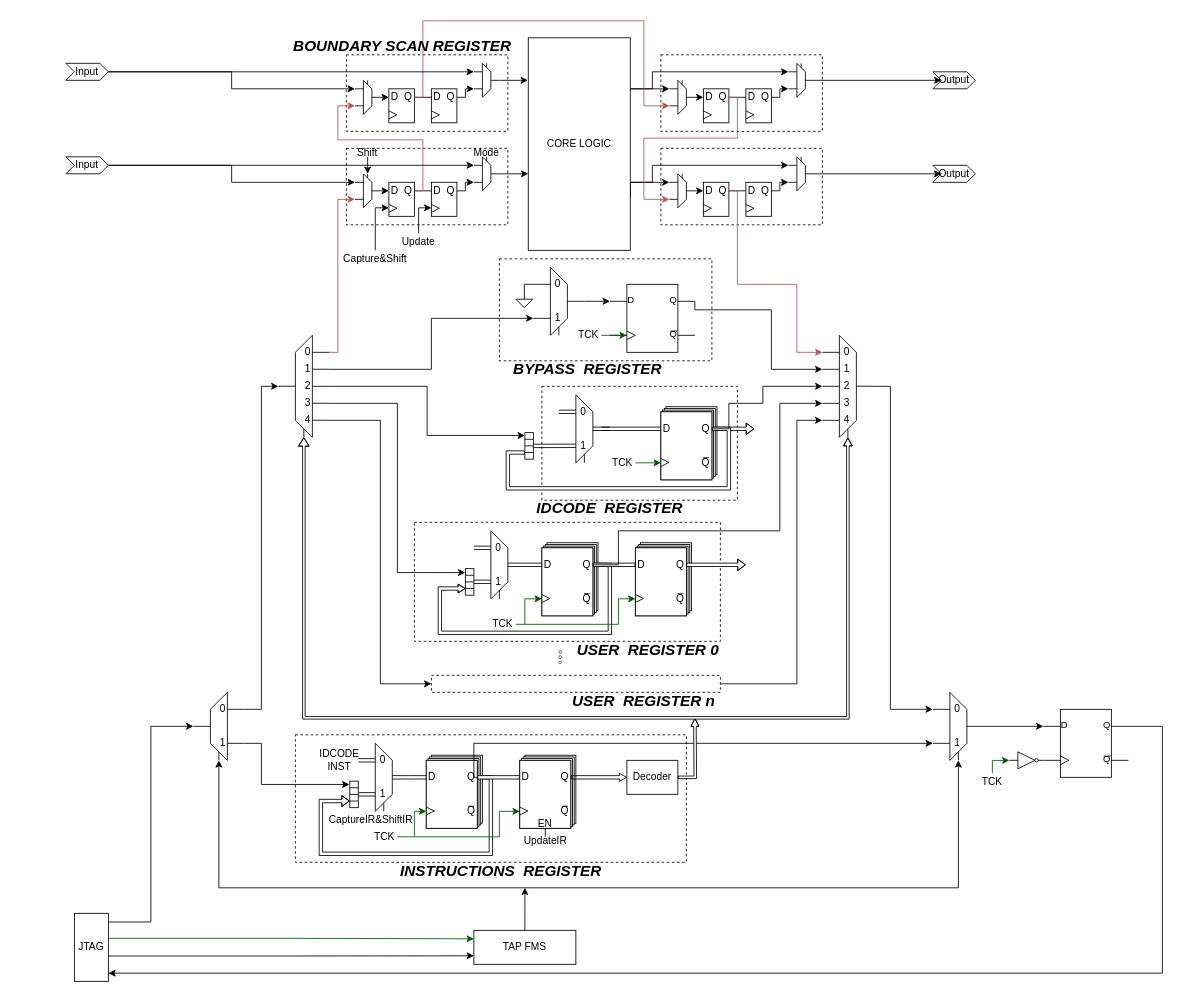
Above: JTAG.drawio in Verdvana/JTAG (draw.io), before the change. Source tidied: cells renumbered, new cells numbered last; positions are measured from the earlier drawing's top-left corner, leaving out a move shared by most shapes. Both pictures are drawn from the tidied source at 85%, with x=0, y=0 at pixel (65, 20).
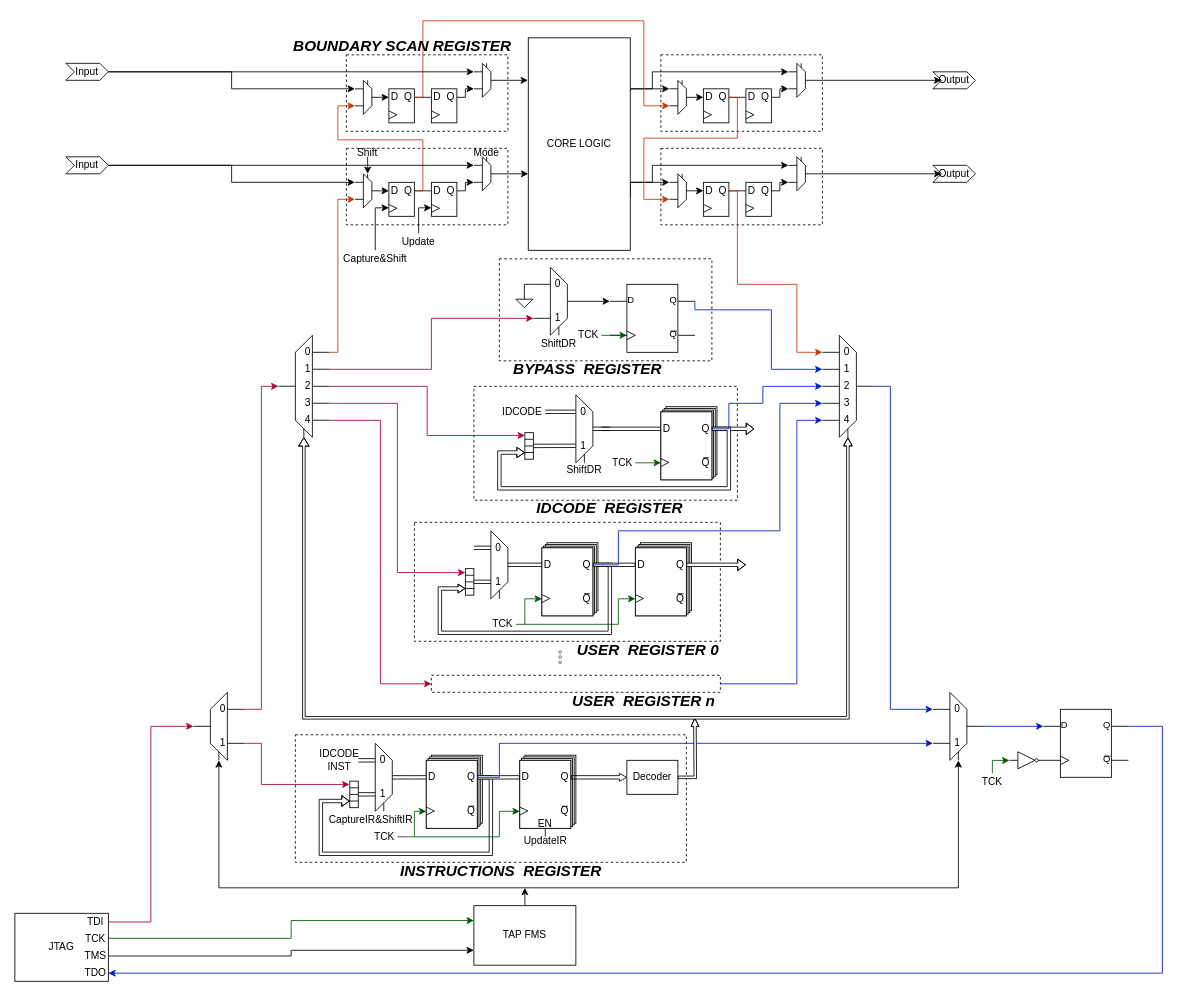
The same page after the edit.

Unchanged cells that the change refers to:
```xml
<mxCell id="7" style="group;" parent="1" vertex="1">
  <mxGeometry x="700" y="454" width="150" height="110" as="geometry" />
</mxCell>
<mxCell id="17" value="Q" style="text;align=center;html=1;verticalAlign=middle;whiteSpace=wrap;rounded=0;" parent="7" vertex="1">
  <mxGeometry x="46" y="20" width="14" height="12" as="geometry" />
</mxCell>
<mxCell id="21" style="group;" parent="7" vertex="1">
  <mxGeometry x="-120" y="-14" width="60" height="80" as="geometry" />
</mxCell>
<mxCell id="34" style="verticalLabelPosition=bottom;shadow=0;dashed=0;align=center;html=1;verticalAlign=top;shape=mxgraph.electrical.logic_gates.d_type_flip-flop;" parent="1" vertex="1">
  <mxGeometry x="640" y="310" width="100" height="80" as="geometry" />
</mxCell>
<mxCell id="35" style="group;" parent="1" vertex="1">
  <mxGeometry x="550" y="290" width="60" height="80" as="geometry" />
</mxCell>
<mxCell id="49" style="whiteSpace=wrap;html=1;rotation=-90;" parent="1" vertex="1">
  <mxGeometry x="529.4" y="495.1" width="31.2" height="10" as="geometry" />
</mxCell>
<mxCell id="63" value="Q" style="text;strokeColor=none;align=center;fillColor=none;html=1;verticalAlign=middle;whiteSpace=wrap;rounded=0;" parent="54" vertex="1">
  <mxGeometry x="46" y="20" width="14" height="12" as="geometry" />
</mxCell>
<mxCell id="78" style="whiteSpace=wrap;html=1;rotation=-90;" parent="1" vertex="1">
  <mxGeometry x="323.4" y="905.1" width="31.2" height="10" as="geometry" />
</mxCell>
<mxCell id="106" value="Q" style="text;strokeColor=none;align=center;fillColor=none;html=1;verticalAlign=middle;whiteSpace=wrap;rounded=0;" parent="97" vertex="1">
  <mxGeometry x="46" y="20" width="14" height="12" as="geometry" />
</mxCell>
<mxCell id="121" style="whiteSpace=wrap;html=1;rotation=-90;" parent="1" vertex="1">
  <mxGeometry x="459.4" y="655.1" width="31.2" height="10" as="geometry" />
</mxCell>
<mxCell id="140" style="rounded=0;whiteSpace=wrap;html=1;fillColor=none;dashed=1;" parent="1" vertex="1">
  <mxGeometry x="430" y="770" width="340" height="20" as="geometry" />
</mxCell>
<mxCell id="151" style="group;" parent="1" vertex="1">
  <mxGeometry x="150" y="790" width="60" height="80" as="geometry" />
</mxCell>
<mxCell id="163" style="group;" parent="1" vertex="1">
  <mxGeometry x="1020" y="790" width="60" height="80" as="geometry" />
</mxCell>
<mxCell id="179" style="group;points=[[0,0.5,0,0,0],[0.5,1,0,0,0],[1,0,0,0,20],[1,0.25,0,0,10],[1,0.5,0,0,0],[1,0.75,0,0,-10],[1,1,0,0,-20]];" parent="1" vertex="1">
  <mxGeometry x="250" y="370" width="60" height="120" as="geometry" />
</mxCell>
<mxCell id="196" style="group;points=[[0,0,0,0,20],[0,0.25,0,0,10],[0,0.5,0,0,0],[0,0.75,0,0,-10],[0,1,0,0,-20],[0.5,1,0,0,0],[1,0.5,0,0,0]];" parent="1" vertex="1">
  <mxGeometry x="890" y="370" width="60" height="120" as="geometry" />
</mxCell>
<mxCell id="218" style="verticalLabelPosition=bottom;shadow=0;dashed=0;align=center;html=1;verticalAlign=top;shape=mxgraph.electrical.logic_gates.d_type_flip-flop;" parent="1" vertex="1">
  <mxGeometry x="1150" y="810" width="100" height="80" as="geometry" />
</mxCell>
<mxCell id="235" value="Q" style="text;strokeColor=none;align=center;fillColor=none;html=1;verticalAlign=middle;whiteSpace=wrap;rounded=0;" parent="230" vertex="1">
  <mxGeometry x="16" y="4" width="14" height="12" as="geometry" />
</mxCell>
<mxCell id="253" style="group;" parent="1" vertex="1">
  <mxGeometry x="340" y="180" width="30" height="40" as="geometry" />
</mxCell>
<mxCell id="268" value="Q" style="text;strokeColor=none;align=center;fillColor=none;html=1;verticalAlign=middle;whiteSpace=wrap;rounded=0;" parent="263" vertex="1">
  <mxGeometry x="16" y="4" width="14" height="12" as="geometry" />
</mxCell>
<mxCell id="286" style="group;" parent="1" vertex="1">
  <mxGeometry x="340" y="70" width="30" height="40" as="geometry" />
</mxCell>
<mxCell id="308" value="Q" style="text;strokeColor=none;align=center;fillColor=none;html=1;verticalAlign=middle;whiteSpace=wrap;rounded=0;" parent="303" vertex="1">
  <mxGeometry x="16" y="4" width="14" height="12" as="geometry" />
</mxCell>
<mxCell id="327" style="group;" parent="1" vertex="1">
  <mxGeometry x="710" y="180" width="30" height="40" as="geometry" />
</mxCell>
<mxCell id="344" value="Q" style="text;strokeColor=none;align=center;fillColor=none;html=1;verticalAlign=middle;whiteSpace=wrap;rounded=0;" parent="339" vertex="1">
  <mxGeometry x="16" y="4" width="14" height="12" as="geometry" />
</mxCell>
<mxCell id="363" style="group;" parent="1" vertex="1">
  <mxGeometry x="710" y="70" width="30" height="40" as="geometry" />
</mxCell>
```

The edit, as a diff of the source:
```diff
@@
     <mxCell id="8" style="rounded=0;whiteSpace=wrap;html=1;fillColor=none;dashed=1;" parent="7" vertex="1">
-      <mxGeometry x="-140" y="-24" width="230" height="134" as="geometry" />
+      <mxGeometry x="-220" y="-24" width="310" height="134" as="geometry" />
     </mxCell>
@@
+    <mxCell id="416" value="ShiftDR" style="text;strokeColor=none;align=center;fillColor=none;html=1;verticalAlign=middle;whiteSpace=wrap;rounded=0;" parent="7" vertex="1">
+      <mxGeometry x="-110" y="64" width="40" height="20" as="geometry" />
+    </mxCell>
@@
-    <mxCell id="53" style="edgeStyle=orthogonalEdgeStyle;rounded=0;jettySize=auto;html=1;entryX=0.25;entryY=0;entryDx=0;entryDy=0;shape=flexArrow;exitX=1;exitY=0.5;exitDx=0;exitDy=0;endArrow=none;endFill=0;width=4;fillColor=default;" parent="1" edge="1" source="17" target="49">
+    <mxCell id="53" style="edgeStyle=orthogonalEdgeStyle;rounded=0;jettySize=auto;html=1;entryX=0.25;entryY=0;entryDx=0;entryDy=0;shape=flexArrow;exitX=1;exitY=0.5;exitDx=0;exitDy=0;endArrow=block;endFill=0;width=4;fillColor=default;endWidth=7.244897959183673;endSize=2.630612244897959;" parent="1" edge="1" source="17" target="49">
       <mxGeometry relative="1" as="geometry">
         <Array as="points">
           <mxPoint x="780" y="480" />
           <mxPoint x="780" y="550" />
-          <mxPoint x="520" y="550" />
-          <mxPoint x="520" y="508" />
+          <mxPoint x="510" y="550" />
+          <mxPoint x="510" y="508" />
         </Array>
       </mxGeometry>
     </mxCell>
@@
-    <mxCell id="141" style="edgeStyle=orthogonalEdgeStyle;rounded=0;jettySize=auto;html=1;exitX=1;exitY=0.5;exitDx=0;exitDy=0;exitPerimeter=0;entryX=0;entryY=0.25;entryDx=0;entryDy=0;" parent="1" edge="1" source="196" target="163">
+    <mxCell id="141" style="edgeStyle=orthogonalEdgeStyle;rounded=0;jettySize=auto;html=1;exitX=1;exitY=0.5;exitDx=0;exitDy=0;exitPerimeter=0;entryX=0;entryY=0.25;entryDx=0;entryDy=0;fillColor=#0050ef;strokeColor=#001DBC;" parent="1" edge="1" source="196" target="163">
       <mxGeometry relative="1" as="geometry">
         <Array as="points">
           <mxPoint x="970" y="430" />
           <mxPoint x="970" y="810" />
         </Array>
       </mxGeometry>
     </mxCell>
-    <mxCell id="142" style="edgeStyle=orthogonalEdgeStyle;rounded=0;jettySize=auto;html=1;entryX=0;entryY=0.75;entryDx=0;entryDy=0;exitX=1;exitY=0.25;exitDx=0;exitDy=10;exitPerimeter=0;" parent="1" edge="1" source="179" target="35">
+    <mxCell id="142" style="edgeStyle=orthogonalEdgeStyle;rounded=0;jettySize=auto;html=1;entryX=0;entryY=0.75;entryDx=0;entryDy=0;exitX=1;exitY=0.25;exitDx=0;exitDy=10;exitPerimeter=0;fillColor=#d80073;strokeColor=#A50040;" parent="1" edge="1" source="179" target="35">
       <mxGeometry relative="1" as="geometry" />
     </mxCell>
-    <mxCell id="143" style="edgeStyle=orthogonalEdgeStyle;rounded=0;jettySize=auto;html=1;entryX=0;entryY=0.5;entryDx=0;entryDy=0;exitX=1;exitY=1;exitDx=0;exitDy=-20;exitPerimeter=0;" parent="1" edge="1" source="179" target="140">
+    <mxCell id="143" style="edgeStyle=orthogonalEdgeStyle;rounded=0;jettySize=auto;html=1;entryX=0;entryY=0.5;entryDx=0;entryDy=0;exitX=1;exitY=1;exitDx=0;exitDy=-20;exitPerimeter=0;fillColor=#d80073;strokeColor=#A50040;" parent="1" edge="1" source="179" target="140">
       <mxGeometry relative="1" as="geometry" />
     </mxCell>
@@
     <mxCell id="145" value="TAP FMS" style="rounded=0;whiteSpace=wrap;html=1;" parent="1" vertex="1">
-      <mxGeometry x="480" y="1070" width="120" height="40" as="geometry" />
+      <mxGeometry x="480" y="1041" width="120" height="70" as="geometry" />
     </mxCell>
-    <mxCell id="146" style="edgeStyle=orthogonalEdgeStyle;rounded=0;jettySize=auto;html=1;entryX=0.894;entryY=0.004;entryDx=0;entryDy=0;entryPerimeter=0;exitX=1;exitY=0.5;exitDx=0;exitDy=0;exitPerimeter=0;" parent="1" edge="1" source="179" target="49">
+    <mxCell id="146" style="edgeStyle=orthogonalEdgeStyle;rounded=0;jettySize=auto;html=1;entryX=0.894;entryY=0.004;entryDx=0;entryDy=0;entryPerimeter=0;exitX=1;exitY=0.5;exitDx=0;exitDy=0;exitPerimeter=0;fillColor=#d80073;strokeColor=#A50040;" parent="1" edge="1" source="179" target="49">
       <mxGeometry relative="1" as="geometry" />
     </mxCell>
-    <mxCell id="147" style="edgeStyle=orthogonalEdgeStyle;rounded=0;jettySize=auto;html=1;entryX=0.851;entryY=-0.012;entryDx=0;entryDy=0;entryPerimeter=0;exitX=1;exitY=0.75;exitDx=0;exitDy=-10;exitPerimeter=0;" parent="1" edge="1" source="179" target="121">
+    <mxCell id="147" style="edgeStyle=orthogonalEdgeStyle;rounded=0;jettySize=auto;html=1;entryX=0.851;entryY=-0.012;entryDx=0;entryDy=0;entryPerimeter=0;exitX=1;exitY=0.75;exitDx=0;exitDy=-10;exitPerimeter=0;fillColor=#d80073;strokeColor=#A50040;" parent="1" edge="1" source="179" target="121">
       <mxGeometry relative="1" as="geometry" />
     </mxCell>
-    <mxCell id="148" style="edgeStyle=orthogonalEdgeStyle;rounded=0;jettySize=auto;html=1;exitX=1;exitY=0.25;exitDx=0;exitDy=0;entryX=0;entryY=0.5;entryDx=0;entryDy=0;entryPerimeter=0;" parent="1" edge="1" source="151" target="179">
+    <mxCell id="148" style="edgeStyle=orthogonalEdgeStyle;rounded=0;jettySize=auto;html=1;exitX=1;exitY=0.25;exitDx=0;exitDy=0;entryX=0;entryY=0.5;entryDx=0;entryDy=0;entryPerimeter=0;fillColor=#d80073;strokeColor=#A50040;" parent="1" edge="1" source="151" target="179">
       <mxGeometry relative="1" as="geometry">
         <Array as="points">
           <mxPoint x="230" y="810" />
           <mxPoint x="230" y="430" />
         </Array>
       </mxGeometry>
     </mxCell>
-    <mxCell id="149" style="edgeStyle=orthogonalEdgeStyle;rounded=0;jettySize=auto;html=1;exitX=1;exitY=0.75;exitDx=0;exitDy=0;entryX=0.875;entryY=-0.044;entryDx=0;entryDy=0;entryPerimeter=0;" parent="1" edge="1" source="151" target="78">
+    <mxCell id="149" style="edgeStyle=orthogonalEdgeStyle;rounded=0;jettySize=auto;html=1;exitX=1;exitY=0.75;exitDx=0;exitDy=0;entryX=0.875;entryY=-0.044;entryDx=0;entryDy=0;entryPerimeter=0;fillColor=#d80073;strokeColor=#A50040;" parent="1" edge="1" source="151" target="78">
       <mxGeometry relative="1" as="geometry">
         <Array as="points">
           <mxPoint x="230" y="850" />
           <mxPoint x="230" y="898" />
         </Array>
       </mxGeometry>
     </mxCell>
@@
-    <mxCell id="162" style="edgeStyle=orthogonalEdgeStyle;rounded=0;jettySize=auto;html=1;entryX=1;entryY=0.88;entryDx=0;entryDy=0;entryPerimeter=0;exitX=1;exitY=0.25;exitDx=0;exitDy=0;exitPerimeter=0;" parent="1" edge="1" source="218" target="216">
+    <mxCell id="162" style="edgeStyle=orthogonalEdgeStyle;rounded=0;jettySize=auto;html=1;entryX=1;entryY=0.88;entryDx=0;entryDy=0;entryPerimeter=0;exitX=1;exitY=0.25;exitDx=0;exitDy=0;exitPerimeter=0;fillColor=#0050ef;strokeColor=#001DBC;" parent="1" edge="1" source="218" target="216">
       <mxGeometry relative="1" as="geometry">
         <Array as="points">
           <mxPoint x="1290" y="830" />
           <mxPoint x="1290" y="1120" />
         </Array>
       </mxGeometry>
     </mxCell>
@@
-    <mxCell id="174" style="edgeStyle=orthogonalEdgeStyle;rounded=0;jettySize=auto;html=1;exitX=1;exitY=0.25;exitDx=0;exitDy=0;exitPerimeter=0;entryX=0;entryY=0.25;entryDx=0;entryDy=10;entryPerimeter=0;" parent="1" edge="1" source="34" target="196">
+    <mxCell id="174" style="edgeStyle=orthogonalEdgeStyle;rounded=0;jettySize=auto;html=1;exitX=1;exitY=0.25;exitDx=0;exitDy=0;exitPerimeter=0;entryX=0;entryY=0.25;entryDx=0;entryDy=10;entryPerimeter=0;fillColor=#0050ef;strokeColor=#001DBC;" parent="1" edge="1" source="34" target="196">
       <mxGeometry relative="1" as="geometry">
         <Array as="points">
           <mxPoint x="830" y="340" />
           <mxPoint x="830" y="410" />
         </Array>
       </mxGeometry>
     </mxCell>
-    <mxCell id="175" style="edgeStyle=orthogonalEdgeStyle;rounded=0;jettySize=auto;html=1;exitX=1;exitY=0.5;exitDx=0;exitDy=0;entryX=0;entryY=0.5;entryDx=0;entryDy=0;entryPerimeter=0;" parent="1" edge="1" source="17" target="196">
+    <mxCell id="175" style="edgeStyle=orthogonalEdgeStyle;rounded=0;jettySize=auto;html=1;exitX=1;exitY=0.5;exitDx=0;exitDy=0;entryX=0;entryY=0.5;entryDx=0;entryDy=0;entryPerimeter=0;fillColor=#0050ef;strokeColor=#001DBC;" parent="1" edge="1" source="17" target="196">
       <mxGeometry relative="1" as="geometry">
         <Array as="points">
           <mxPoint x="780" y="480" />
           <mxPoint x="780" y="450" />
           <mxPoint x="820" y="450" />
           <mxPoint x="820" y="430" />
         </Array>
       </mxGeometry>
     </mxCell>
-    <mxCell id="176" style="edgeStyle=orthogonalEdgeStyle;rounded=0;jettySize=auto;html=1;exitX=1;exitY=0.5;exitDx=0;exitDy=0;entryX=0;entryY=0.75;entryDx=0;entryDy=-10;entryPerimeter=0;" parent="1" edge="1" source="106" target="196">
+    <mxCell id="176" style="edgeStyle=orthogonalEdgeStyle;rounded=0;jettySize=auto;html=1;exitX=1;exitY=0.5;exitDx=0;exitDy=0;entryX=0;entryY=0.75;entryDx=0;entryDy=-10;entryPerimeter=0;fillColor=#0050ef;strokeColor=#001DBC;" parent="1" edge="1" source="106" target="196">
       <mxGeometry relative="1" as="geometry">
         <Array as="points">
           <mxPoint x="650" y="640" />
           <mxPoint x="650" y="600" />
           <mxPoint x="840" y="600" />
           <mxPoint x="840" y="450" />
         </Array>
       </mxGeometry>
     </mxCell>
-    <mxCell id="177" style="edgeStyle=orthogonalEdgeStyle;rounded=0;jettySize=auto;html=1;exitX=1;exitY=0.5;exitDx=0;exitDy=0;entryX=0;entryY=1;entryDx=0;entryDy=-20;entryPerimeter=0;" parent="1" edge="1" source="140" target="196">
+    <mxCell id="177" style="edgeStyle=orthogonalEdgeStyle;rounded=0;jettySize=auto;html=1;exitX=1;exitY=0.5;exitDx=0;exitDy=0;entryX=0;entryY=1;entryDx=0;entryDy=-20;entryPerimeter=0;fillColor=#0050ef;strokeColor=#001DBC;" parent="1" edge="1" source="140" target="196">
       <mxGeometry relative="1" as="geometry">
         <Array as="points">
           <mxPoint x="860" y="780" />
           <mxPoint x="860" y="470" />
         </Array>
       </mxGeometry>
     </mxCell>
-    <mxCell id="178" style="edgeStyle=orthogonalEdgeStyle;rounded=0;jettySize=auto;html=1;exitX=1;exitY=0;exitDx=0;exitDy=20;exitPerimeter=0;entryX=0;entryY=0.75;entryDx=0;entryDy=0;fillColor=#f8cecc;strokeColor=#b85450;" parent="1" edge="1" source="179" target="253">
+    <mxCell id="178" style="edgeStyle=orthogonalEdgeStyle;rounded=0;jettySize=auto;html=1;exitX=1;exitY=0;exitDx=0;exitDy=20;exitPerimeter=0;entryX=0;entryY=0.75;entryDx=0;entryDy=0;fillColor=#fa6800;strokeColor=#C73500;" parent="1" edge="1" source="179" target="253">
       <mxGeometry relative="1" as="geometry">
         <Array as="points">
           <mxPoint x="320" y="390" />
           <mxPoint x="320" y="210" />
         </Array>
       </mxGeometry>
     </mxCell>
@@
-    <mxCell id="215" style="edgeStyle=orthogonalEdgeStyle;rounded=0;jettySize=auto;html=1;entryX=0;entryY=0.5;entryDx=0;entryDy=0;exitX=1;exitY=0.14;exitDx=0;exitDy=-1;exitPerimeter=0;" parent="1" edge="1" source="216" target="151">
+    <mxCell id="215" style="edgeStyle=orthogonalEdgeStyle;rounded=0;jettySize=auto;html=1;entryX=0;entryY=0.5;entryDx=0;entryDy=0;exitX=1;exitY=0.14;exitDx=0;exitDy=-1;exitPerimeter=0;fillColor=#d80073;strokeColor=#A50040;" parent="1" edge="1" source="216" target="151">
       <mxGeometry relative="1" as="geometry" />
     </mxCell>
     <mxCell id="216" value="JTAG" style="rounded=0;whiteSpace=wrap;html=1;points=[[0,0,0,0,0],[0,0.25,0,0,0],[0,0.5,0,0,0],[0,0.75,0,0,0],[0,1,0,0,0],[0.25,0,0,0,0],[0.25,1,0,0,0],[0.5,0,0,0,0],[0.5,1,0,0,0],[0.75,0,0,0,0],[0.75,1,0,0,0],[1,0,0,0,0],[1,0.14,0,0,-1],[1,0.38,0,0,-1],[1,0.64,0,0,-1],[1,0.88,0,0,0],[1,1,0,0,0]];" parent="1" vertex="1">
-      <mxGeometry x="10" y="1050" width="40" height="80" as="geometry" />
+      <mxGeometry x="-60" y="1050" width="110" height="80" as="geometry" />
     </mxCell>
-    <mxCell id="217" style="edgeStyle=orthogonalEdgeStyle;rounded=0;jettySize=auto;html=1;exitX=1;exitY=0.5;exitDx=0;exitDy=0;entryX=0;entryY=0.75;entryDx=0;entryDy=0;" parent="1" edge="1" source="63" target="163">
+    <mxCell id="217" style="edgeStyle=orthogonalEdgeStyle;rounded=0;jettySize=auto;html=1;exitX=1;exitY=0.5;exitDx=0;exitDy=0;entryX=0;entryY=0.75;entryDx=0;entryDy=0;fillColor=#0050ef;strokeColor=#001DBC;" parent="1" edge="1" source="63" target="163">
       <mxGeometry relative="1" as="geometry">
         <Array as="points">
-          <mxPoint x="480" y="890" />
-          <mxPoint x="480" y="850" />
+          <mxPoint x="510" y="890" />
+          <mxPoint x="510" y="850" />
         </Array>
       </mxGeometry>
     </mxCell>
@@
-    <mxCell id="219" style="edgeStyle=orthogonalEdgeStyle;rounded=0;jettySize=auto;html=1;exitX=1;exitY=0.5;exitDx=0;exitDy=0;entryX=0;entryY=0.25;entryDx=0;entryDy=0;entryPerimeter=0;" parent="1" edge="1" source="163" target="218">
+    <mxCell id="219" style="edgeStyle=orthogonalEdgeStyle;rounded=0;jettySize=auto;html=1;exitX=1;exitY=0.5;exitDx=0;exitDy=0;entryX=0;entryY=0.25;entryDx=0;entryDy=0;entryPerimeter=0;fillColor=#0050ef;strokeColor=#001DBC;" parent="1" edge="1" source="163" target="218">
       <mxGeometry relative="1" as="geometry" />
     </mxCell>
@@
-    <mxCell id="296" style="edgeStyle=orthogonalEdgeStyle;rounded=0;jettySize=auto;html=1;exitX=1;exitY=0.5;exitDx=0;exitDy=0;entryX=0;entryY=0.75;entryDx=0;entryDy=0;fillColor=#f8cecc;strokeColor=#b85450;" parent="1" edge="1" source="235" target="286">
+    <mxCell id="296" style="edgeStyle=orthogonalEdgeStyle;rounded=0;jettySize=auto;html=1;exitX=1;exitY=0.5;exitDx=0;exitDy=0;entryX=0;entryY=0.75;entryDx=0;entryDy=0;fillColor=#fa6800;strokeColor=#C73500;" parent="1" edge="1" source="235" target="286">
       <mxGeometry relative="1" as="geometry">
         <Array as="points">
           <mxPoint x="420" y="200" />
           <mxPoint x="420" y="140" />
           <mxPoint x="320" y="140" />
           <mxPoint x="320" y="100" />
         </Array>
       </mxGeometry>
     </mxCell>
@@
-    <mxCell id="337" style="edgeStyle=orthogonalEdgeStyle;rounded=0;jettySize=auto;html=1;exitX=1;exitY=0.5;exitDx=0;exitDy=0;entryX=0;entryY=0;entryDx=0;entryDy=20;entryPerimeter=0;fillColor=#f8cecc;strokeColor=#b85450;" parent="1" edge="1" source="308" target="196">
+    <mxCell id="337" style="edgeStyle=orthogonalEdgeStyle;rounded=0;jettySize=auto;html=1;exitX=1;exitY=0.5;exitDx=0;exitDy=0;entryX=0;entryY=0;entryDx=0;entryDy=20;entryPerimeter=0;fillColor=#fa6800;strokeColor=#C73500;" parent="1" edge="1" source="308" target="196">
       <mxGeometry relative="1" as="geometry">
         <Array as="points">
           <mxPoint x="790" y="200" />
           <mxPoint x="790" y="310" />
           <mxPoint x="860" y="310" />
           <mxPoint x="860" y="390" />
         </Array>
       </mxGeometry>
     </mxCell>
@@
-    <mxCell id="373" style="edgeStyle=orthogonalEdgeStyle;rounded=0;jettySize=auto;html=1;exitX=1;exitY=0.5;exitDx=0;exitDy=0;entryX=0;entryY=0.75;entryDx=0;entryDy=0;fillColor=#f8cecc;strokeColor=#b85450;" parent="1" edge="1" source="344" target="327">
+    <mxCell id="373" style="edgeStyle=orthogonalEdgeStyle;rounded=0;jettySize=auto;html=1;exitX=1;exitY=0.5;exitDx=0;exitDy=0;entryX=0;entryY=0.75;entryDx=0;entryDy=0;fillColor=#fa6800;strokeColor=#C73500;" parent="1" edge="1" source="344" target="327">
       <mxGeometry relative="1" as="geometry">
         <Array as="points">
           <mxPoint x="790" y="90" />
           <mxPoint x="790" y="138" />
           <mxPoint x="680" y="138" />
           <mxPoint x="680" y="210" />
         </Array>
       </mxGeometry>
     </mxCell>
@@
-    <mxCell id="376" style="edgeStyle=orthogonalEdgeStyle;rounded=0;jettySize=auto;html=1;exitX=1;exitY=0.5;exitDx=0;exitDy=0;entryX=0;entryY=0.75;entryDx=0;entryDy=0;fillColor=#f8cecc;strokeColor=#b85450;" parent="1" edge="1" source="268" target="363">
+    <mxCell id="376" style="edgeStyle=orthogonalEdgeStyle;rounded=0;jettySize=auto;html=1;exitX=1;exitY=0.5;exitDx=0;exitDy=0;entryX=0;entryY=0.75;entryDx=0;entryDy=0;fillColor=#fa6800;strokeColor=#C73500;" parent="1" edge="1" source="268" target="363">
       <mxGeometry relative="1" as="geometry">
         <Array as="points">
           <mxPoint x="420" y="90" />
           <mxPoint x="420" />
           <mxPoint x="680" />
           <mxPoint x="680" y="100" />
         </Array>
       </mxGeometry>
     </mxCell>
@@
+    <mxCell id="417" value="ShiftDR" style="text;strokeColor=none;align=center;fillColor=none;html=1;verticalAlign=middle;whiteSpace=wrap;rounded=0;" parent="1" vertex="1">
+      <mxGeometry x="560" y="370" width="40" height="20" as="geometry" />
+    </mxCell>
+    <mxCell id="418" style="edgeStyle=orthogonalEdgeStyle;rounded=0;jettySize=auto;html=1;exitX=1;exitY=0.5;exitDx=0;exitDy=0;entryX=0;entryY=0.25;entryDx=0;entryDy=0;shape=link;" parent="1" edge="1" source="419" target="21">
+      <mxGeometry relative="1" as="geometry" />
+    </mxCell>
+    <mxCell id="419" value="IDCODE" style="text;strokeColor=none;align=center;fillColor=none;html=1;verticalAlign=middle;whiteSpace=wrap;rounded=0;" parent="1" vertex="1">
+      <mxGeometry x="510" y="450" width="54" height="20" as="geometry" />
+    </mxCell>
+    <mxCell id="420" value="TCK" style="text;strokeColor=none;align=center;fillColor=none;html=1;verticalAlign=middle;whiteSpace=wrap;rounded=0;" parent="1" vertex="1">
+      <mxGeometry x="20" y="1070" width="30" height="20" as="geometry" />
+    </mxCell>
+    <mxCell id="421" value="TDI" style="text;strokeColor=none;align=center;fillColor=none;html=1;verticalAlign=middle;whiteSpace=wrap;rounded=0;" parent="1" vertex="1">
+      <mxGeometry x="20" y="1050" width="30" height="20" as="geometry" />
+    </mxCell>
+    <mxCell id="422" value="TDO" style="text;strokeColor=none;align=center;fillColor=none;html=1;verticalAlign=middle;whiteSpace=wrap;rounded=0;" parent="1" vertex="1">
+      <mxGeometry x="20" y="1110" width="30" height="20" as="geometry" />
+    </mxCell>
+    <mxCell id="423" value="TMS" style="text;strokeColor=none;align=center;fillColor=none;html=1;verticalAlign=middle;whiteSpace=wrap;rounded=0;" parent="1" vertex="1">
+      <mxGeometry x="20" y="1090" width="30" height="20" as="geometry" />
+    </mxCell>
```
